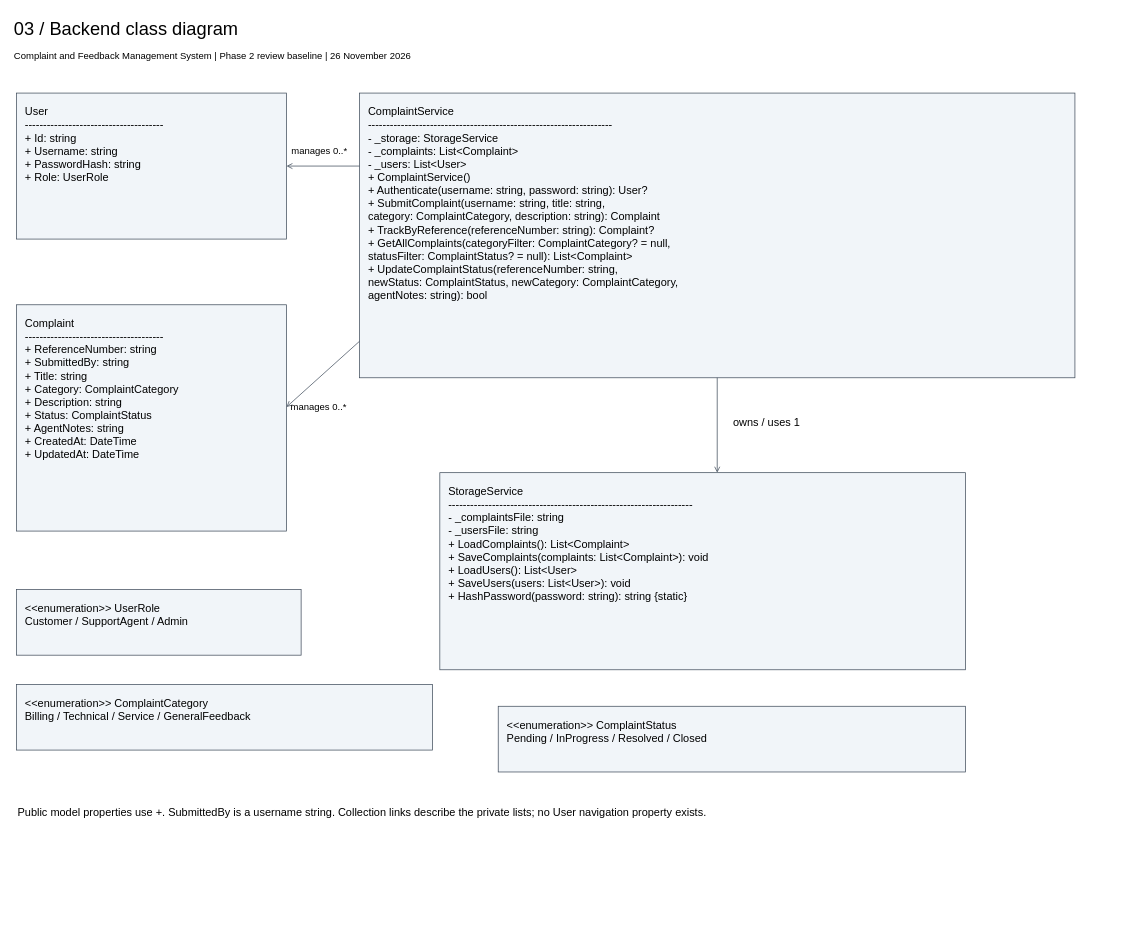
Earlier version of the draw.io diagram page "03 / Backend class diagram" (3 of 9) of docs/phase-2/design.drawio (divine3054/SEN_PROJECT_GROUP_14). Source tidied: cells renumbered, new cells numbered last; positions are measured from the earlier drawing's top-left corner, leaving out a move shared by most shapes. Both pictures are drawn from the tidied source at 73%, with x=0, y=0 at pixel (12, 12).
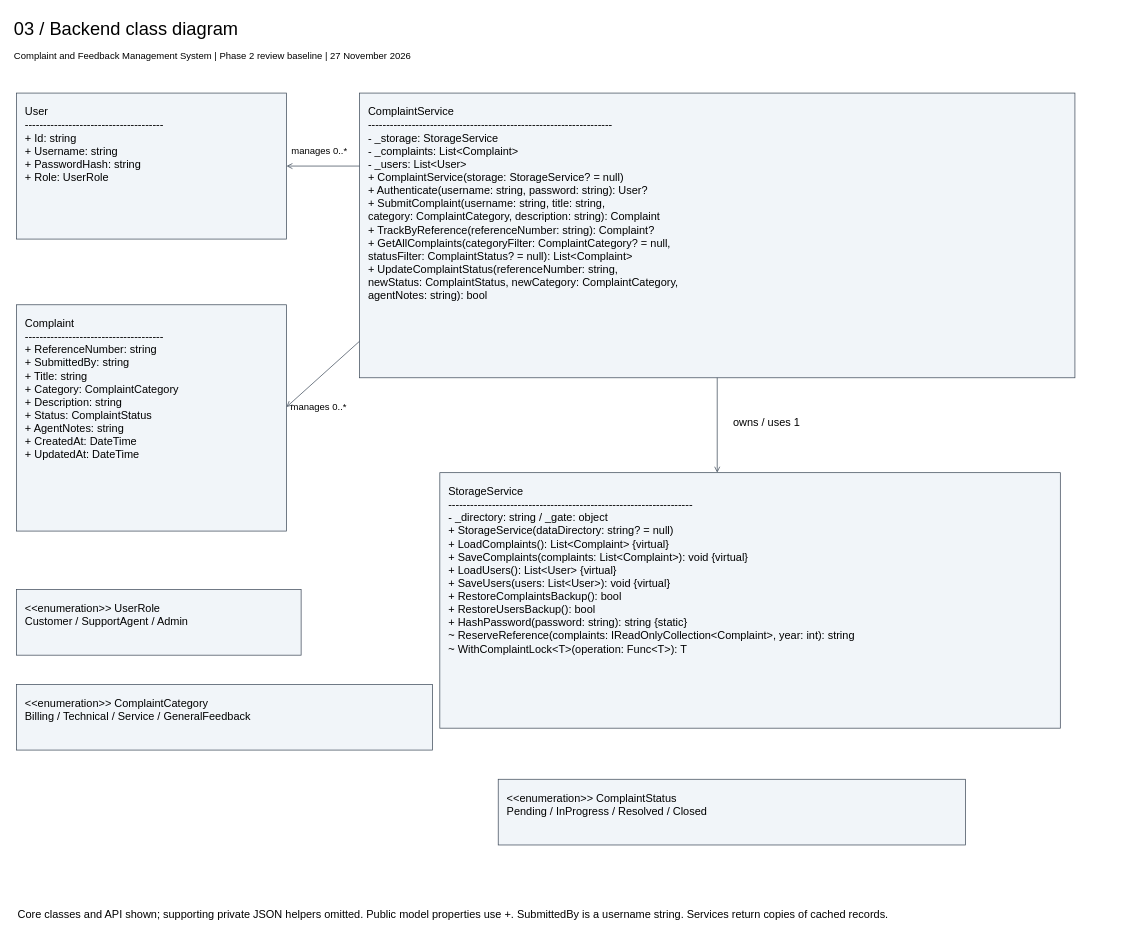
After the change.

What changed in the source:
```diff
@@
-    <mxCell id="3" value="Complaint and Feedback Management System | Phase 2 review baseline | 26 November 2026" style="text;html=0;align=left;verticalAlign=top;whiteSpace=wrap;fontFamily=Arial;fontSize=13;" parent="1" vertex="1">
+    <mxCell id="3" value="Complaint and Feedback Management System | Phase 2 review baseline | 27 November 2026" style="text;html=0;align=left;verticalAlign=top;whiteSpace=wrap;fontFamily=Arial;fontSize=13;" parent="1" vertex="1">
       <mxGeometry y="45" width="1530" height="30" as="geometry" />
     </mxCell>
@@
-    <mxCell id="6" value="ComplaintService&#10;-------------------------------------------------------------------&#10;- _storage: StorageService&#10;- _complaints: List&lt;Complaint&gt;&#10;- _users: List&lt;User&gt;&#10;+ ComplaintService()&#10;+ Authenticate(username: string, password: string): User?&#10;+ SubmitComplaint(username: string, title: string,&#10;    category: ComplaintCategory, description: string): Complaint&#10;+ TrackByReference(referenceNumber: string): Complaint?&#10;+ GetAllComplaints(categoryFilter: ComplaintCategory? = null,&#10;    statusFilter: ComplaintStatus? = null): List&lt;Complaint&gt;&#10;+ UpdateComplaintStatus(referenceNumber: string,&#10;    newStatus: ComplaintStatus, newCategory: ComplaintCategory,&#10;    agentNotes: string): bool" style="html=0;whiteSpace=wrap;align=left;verticalAlign=top;spacing=12;fillColor=#F1F5F9;strokeColor=#3F4B5A;fontFamily=Arial;fontSize=15;" parent="1" vertex="1">
+    <mxCell id="6" value="ComplaintService&#10;-------------------------------------------------------------------&#10;- _storage: StorageService&#10;- _complaints: List&lt;Complaint&gt;&#10;- _users: List&lt;User&gt;&#10;+ ComplaintService(storage: StorageService? = null)&#10;+ Authenticate(username: string, password: string): User?&#10;+ SubmitComplaint(username: string, title: string,&#10;    category: ComplaintCategory, description: string): Complaint&#10;+ TrackByReference(referenceNumber: string): Complaint?&#10;+ GetAllComplaints(categoryFilter: ComplaintCategory? = null,&#10;    statusFilter: ComplaintStatus? = null): List&lt;Complaint&gt;&#10;+ UpdateComplaintStatus(referenceNumber: string,&#10;    newStatus: ComplaintStatus, newCategory: ComplaintCategory,&#10;    agentNotes: string): bool" style="html=0;whiteSpace=wrap;align=left;verticalAlign=top;spacing=12;fillColor=#F1F5F9;strokeColor=#3F4B5A;fontFamily=Arial;fontSize=15;" parent="1" vertex="1">
       <mxGeometry x="475" y="110" width="980" height="390" as="geometry" />
     </mxCell>
-    <mxCell id="7" value="StorageService&#10;-------------------------------------------------------------------&#10;- _complaintsFile: string&#10;- _usersFile: string&#10;+ LoadComplaints(): List&lt;Complaint&gt;&#10;+ SaveComplaints(complaints: List&lt;Complaint&gt;): void&#10;+ LoadUsers(): List&lt;User&gt;&#10;+ SaveUsers(users: List&lt;User&gt;): void&#10;+ HashPassword(password: string): string {static}" style="html=0;whiteSpace=wrap;align=left;verticalAlign=top;spacing=12;fillColor=#F1F5F9;strokeColor=#3F4B5A;fontFamily=Arial;fontSize=15;" parent="1" vertex="1">
-      <mxGeometry x="585" y="630" width="720" height="270" as="geometry" />
+    <mxCell id="7" value="StorageService&#10;-------------------------------------------------------------------&#10;- _directory: string / _gate: object&#10;+ StorageService(dataDirectory: string? = null)&#10;+ LoadComplaints(): List&lt;Complaint&gt; {virtual}&#10;+ SaveComplaints(complaints: List&lt;Complaint&gt;): void {virtual}&#10;+ LoadUsers(): List&lt;User&gt; {virtual}&#10;+ SaveUsers(users: List&lt;User&gt;): void {virtual}&#10;+ RestoreComplaintsBackup(): bool&#10;+ RestoreUsersBackup(): bool&#10;+ HashPassword(password: string): string {static}&#10;~ ReserveReference(complaints: IReadOnlyCollection&lt;Complaint&gt;, year: int): string&#10;~ WithComplaintLock&lt;T&gt;(operation: Func&lt;T&gt;): T" style="html=0;whiteSpace=wrap;align=left;verticalAlign=top;spacing=12;fillColor=#F1F5F9;strokeColor=#3F4B5A;fontFamily=Arial;fontSize=15;" parent="1" vertex="1">
+      <mxGeometry x="585" y="630" width="850" height="350" as="geometry" />
     </mxCell>
@@
     <mxCell id="16" value="&lt;&lt;enumeration&gt;&gt; ComplaintStatus&#10;Pending / InProgress / Resolved / Closed" style="html=0;whiteSpace=wrap;align=left;verticalAlign=top;spacing=12;fillColor=#F1F5F9;strokeColor=#3F4B5A;fontFamily=Arial;fontSize=15;" parent="1" vertex="1">
-      <mxGeometry x="665" y="950" width="640" height="90" as="geometry" />
+      <mxGeometry x="665" y="1050" width="640" height="90" as="geometry" />
     </mxCell>
-    <mxCell id="17" value="Public model properties use +. SubmittedBy is a username string. Collection links describe the private lists; no User navigation property exists." style="text;html=0;align=left;verticalAlign=top;whiteSpace=wrap;fontFamily=Arial;fontSize=15;" parent="1" vertex="1">
-      <mxGeometry x="5" y="1080" width="1470" height="50" as="geometry" />
+    <mxCell id="17" value="Core classes and API shown; supporting private JSON helpers omitted. Public model properties use +. SubmittedBy is a username string. Services return copies of cached records." style="text;html=0;align=left;verticalAlign=top;whiteSpace=wrap;fontFamily=Arial;fontSize=15;" parent="1" vertex="1">
+      <mxGeometry x="5" y="1220" width="1470" height="50" as="geometry" />
     </mxCell>
```
